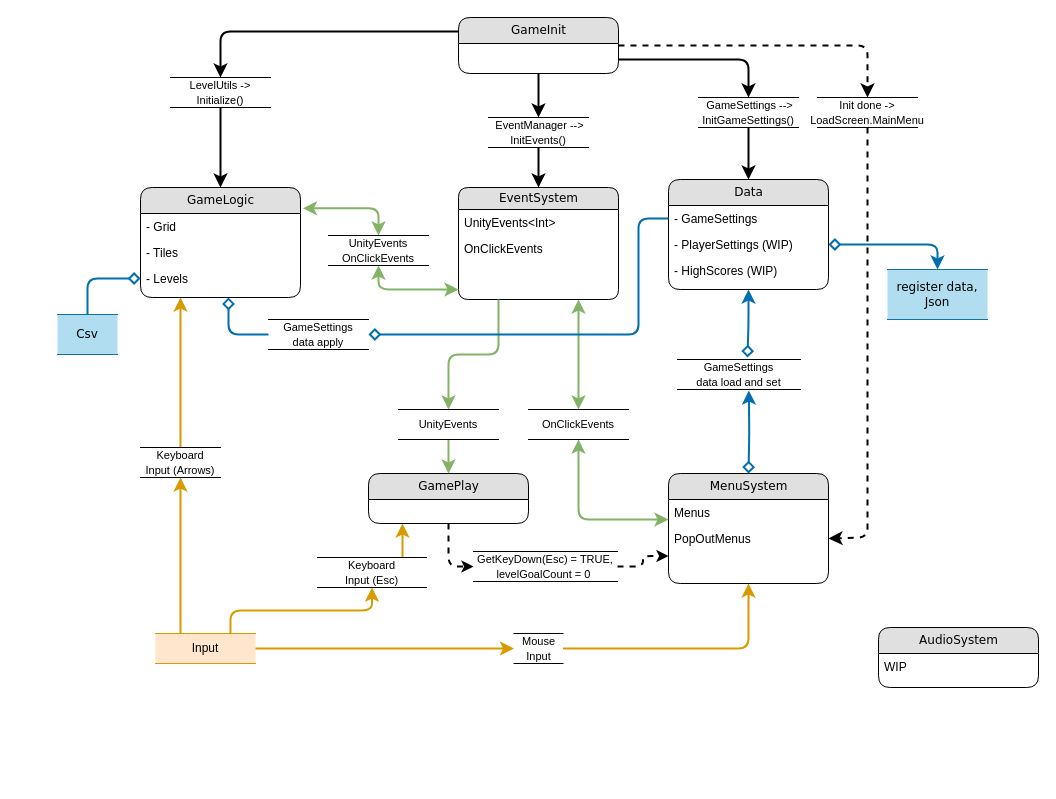
Pajkis/Veverka keeps this draw.io diagram as page "GeneralOverview" (1 of 4) of Assets/Documents/Architecture.drawio. Above is the earlier version. Source tidied: cells renumbered, new cells numbered last; positions are measured from the earlier drawing's top-left corner, leaving out a move shared by most shapes. Both pictures are drawn from the tidied source at 100%, with x=0, y=0 at pixel (57, 17).
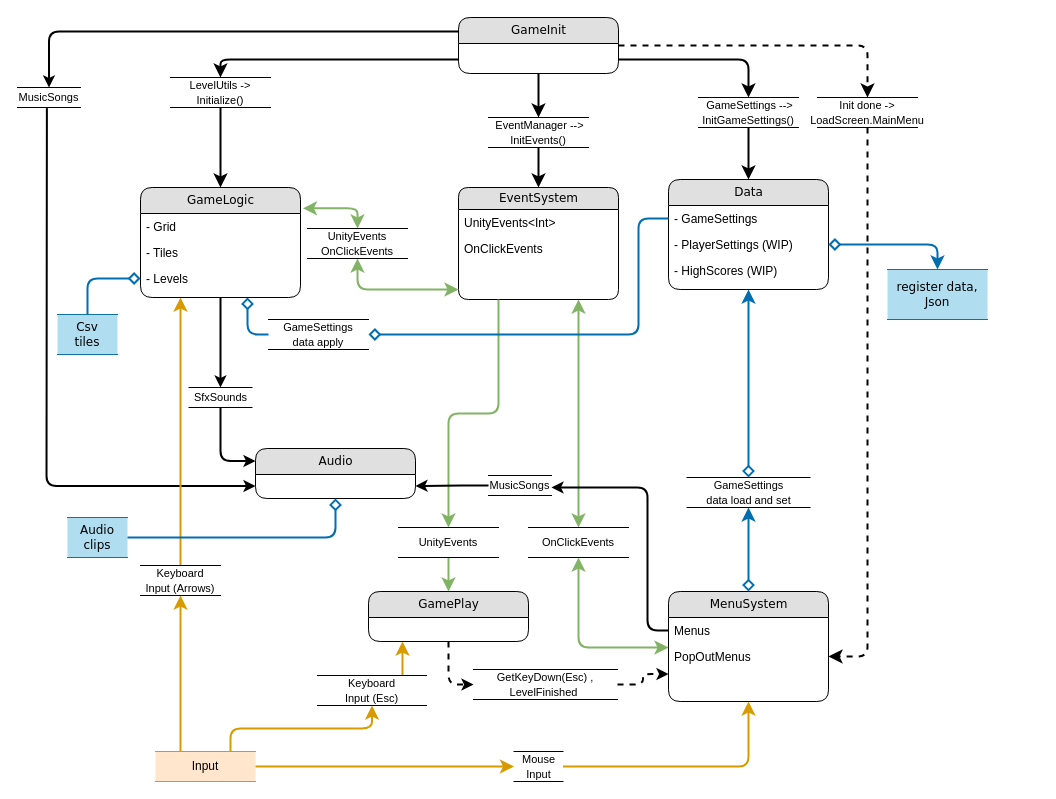
The same page after the edit.

The change refers to these unchanged cells:
```xml
<mxCell id="2" value="GameLogic" style="swimlane;html=1;fontStyle=0;horizontal=1;startSize=26;fillColor=#e0e0e0;swimlaneFillColor=#ffffff;align=center;rounded=1;shadow=0;comic=0;labelBackgroundColor=none;strokeWidth=1;fontFamily=Verdana;fontSize=12;" parent="1" vertex="1">
  <mxGeometry x="83" y="170" width="160" height="110" as="geometry" />
</mxCell>
<mxCell id="6" value="GameInit" style="swimlane;html=1;fontStyle=0;horizontal=1;startSize=26;fillColor=#e0e0e0;swimlaneFillColor=#ffffff;align=center;rounded=1;shadow=0;comic=0;labelBackgroundColor=none;strokeWidth=1;fontFamily=Verdana;fontSize=12;" parent="1" vertex="1">
  <mxGeometry x="401" width="160" height="56" as="geometry" />
</mxCell>
<mxCell id="8" value="Menus" style="text;html=1;strokeColor=none;fillColor=none;spacingLeft=4;spacingRight=4;whiteSpace=wrap;overflow=hidden;points=[[0,0.5],[1,0.5]];portConstraint=eastwest;" parent="7" vertex="1">
  <mxGeometry y="26" width="160" height="26" as="geometry" />
</mxCell>
<mxCell id="9" value="PopOutMenus" style="text;html=1;strokeColor=none;fillColor=none;spacingLeft=4;spacingRight=4;whiteSpace=wrap;overflow=hidden;points=[[0,0.5],[1,0.5]];portConstraint=eastwest;" parent="7" vertex="1">
  <mxGeometry y="52" width="160" height="26" as="geometry" />
</mxCell>
<mxCell id="13" value="EventSystem" style="swimlane;html=1;fontStyle=0;horizontal=1;startSize=22;fillColor=#e0e0e0;swimlaneFillColor=#ffffff;align=center;rounded=1;shadow=0;comic=0;labelBackgroundColor=none;strokeWidth=1;fontFamily=Verdana;fontSize=12;" parent="1" vertex="1">
  <mxGeometry x="401" y="170" width="160" height="112" as="geometry" />
</mxCell>
<mxCell id="23" value="Data" style="swimlane;html=1;fontStyle=0;horizontal=1;startSize=26;fillColor=#e0e0e0;swimlaneFillColor=#ffffff;align=center;rounded=1;shadow=0;comic=0;labelBackgroundColor=none;strokeWidth=1;fontFamily=Verdana;fontSize=12;" parent="1" vertex="1">
  <mxGeometry x="611" y="162" width="160" height="110" as="geometry" />
</mxCell>
<mxCell id="28" value="&lt;span style=&quot;font-size: 11px; text-wrap-mode: nowrap; background-color: rgb(255, 255, 255);&quot;&gt;GameSettings&lt;/span&gt;&lt;div&gt;&lt;span style=&quot;font-size: 11px; text-wrap-mode: nowrap; background-color: rgb(255, 255, 255);&quot;&gt;data apply&lt;/span&gt;&lt;/div&gt;" style="shape=partialRectangle;whiteSpace=wrap;html=1;left=0;right=0;fillColor=none;" parent="1" vertex="1">
  <mxGeometry x="211" y="302" width="100" height="30" as="geometry" />
</mxCell>
<mxCell id="56" value="&lt;span style=&quot;font-size: 11px; text-wrap-mode: nowrap; background-color: rgb(255, 255, 255);&quot;&gt;LevelUtils -&amp;gt;&lt;br&gt;Initialize()&lt;br&gt;&lt;/span&gt;" style="shape=partialRectangle;whiteSpace=wrap;html=1;left=0;right=0;fillColor=none;" parent="1" vertex="1">
  <mxGeometry x="113" y="60" width="100" height="30" as="geometry" />
</mxCell>
<mxCell id="60" value="&lt;span style=&quot;font-size: 11px; text-wrap-mode: nowrap; background-color: rgb(255, 255, 255);&quot;&gt;Init done -&amp;gt;&lt;/span&gt;&lt;br style=&quot;font-size: 11px; text-wrap-mode: nowrap;&quot;&gt;&lt;span style=&quot;font-size: 11px; text-wrap-mode: nowrap; background-color: rgb(255, 255, 255);&quot;&gt;LoadScreen.MainMenu&lt;/span&gt;" style="shape=partialRectangle;whiteSpace=wrap;html=1;left=0;right=0;fillColor=none;" parent="1" vertex="1">
  <mxGeometry x="760" y="80" width="100" height="30" as="geometry" />
</mxCell>
```

What changed in the source:
```diff
@@
+    <mxCell id="65" style="edgeStyle=orthogonalEdgeStyle;rounded=1;jettySize=auto;html=1;exitX=0.5;exitY=1;exitDx=0;exitDy=0;entryX=0;entryY=0.25;entryDx=0;entryDy=0;strokeWidth=2;curved=0;" parent="1" edge="1" source="68" target="21">
+      <mxGeometry relative="1" as="geometry" />
+    </mxCell>
@@
+    <mxCell id="66" style="edgeStyle=orthogonalEdgeStyle;rounded=1;jettySize=auto;html=1;exitX=0.466;exitY=1.056;exitDx=0;exitDy=0;entryX=0;entryY=0.75;entryDx=0;entryDy=0;strokeWidth=2;curved=0;exitPerimeter=0;" parent="1" edge="1" source="70" target="21">
+      <mxGeometry relative="1" as="geometry">
+        <Array as="points">
+          <mxPoint x="-11" y="90" />
+          <mxPoint x="-11" y="90" />
+          <mxPoint x="-11" y="468" />
+        </Array>
+      </mxGeometry>
+    </mxCell>
@@
     <mxCell id="7" value="MenuSystem" style="swimlane;html=1;fontStyle=0;horizontal=1;startSize=26;fillColor=#e0e0e0;swimlaneFillColor=#ffffff;align=center;rounded=1;shadow=0;comic=0;labelBackgroundColor=none;strokeWidth=1;fontFamily=Verdana;fontSize=12;" parent="1" vertex="1">
-      <mxGeometry x="611" y="456" width="160" height="110" as="geometry" />
+      <mxGeometry x="611" y="574" width="160" height="110" as="geometry" />
     </mxCell>
@@
     <mxCell id="11" value="GamePlay" style="swimlane;html=1;fontStyle=0;horizontal=1;startSize=26;fillColor=#e0e0e0;swimlaneFillColor=#ffffff;align=center;rounded=1;shadow=0;comic=0;labelBackgroundColor=none;strokeWidth=1;fontFamily=Verdana;fontSize=12;" parent="1" vertex="1">
-      <mxGeometry x="311" y="456" width="160" height="50" as="geometry" />
+      <mxGeometry x="311" y="574" width="160" height="50" as="geometry" />
     </mxCell>
-    <mxCell id="12" style="edgeStyle=orthogonalEdgeStyle;shape=connector;rounded=1;jettySize=auto;html=1;exitX=0.75;exitY=1;exitDx=0;exitDy=0;entryX=0.5;entryY=0;entryDx=0;entryDy=0;strokeColor=#82b366;strokeWidth=2;align=center;verticalAlign=middle;fontFamily=Verdana;fontSize=12;fontColor=default;labelBackgroundColor=none;startFill=1;startSize=8;endArrow=classic;endFill=1;endSize=8;fillColor=#d5e8d4;startArrow=classic;" parent="1" edge="1" source="13" target="35">
+    <mxCell id="12" style="edgeStyle=orthogonalEdgeStyle;shape=connector;rounded=1;jettySize=auto;html=1;entryX=0.5;entryY=0;entryDx=0;entryDy=0;strokeColor=#82b366;strokeWidth=2;align=center;verticalAlign=middle;fontFamily=Verdana;fontSize=12;fontColor=default;labelBackgroundColor=none;startFill=1;startSize=8;endArrow=classic;endFill=1;endSize=8;fillColor=#d5e8d4;startArrow=classic;exitX=0.75;exitY=1;exitDx=0;exitDy=0;" parent="1" edge="1" source="13" target="35">
       <mxGeometry relative="1" as="geometry" />
     </mxCell>
@@
     <mxCell id="16" style="edgeStyle=orthogonalEdgeStyle;html=1;labelBackgroundColor=none;startFill=0;startSize=8;endFill=1;endSize=8;fontFamily=Verdana;fontSize=12;entryX=1;entryY=0.5;entryDx=0;entryDy=0;strokeWidth=2;dashed=1;exitX=0.5;exitY=1;exitDx=0;exitDy=0;" parent="1" edge="1" source="60" target="9">
       <mxGeometry relative="1" as="geometry">
         <Array as="points">
-          <mxPoint x="810" y="520" />
-          <mxPoint x="771" y="520" />
+          <mxPoint x="810" y="639" />
         </Array>
       </mxGeometry>
     </mxCell>
@@
-    <mxCell id="21" value="AudioSystem" style="swimlane;html=1;fontStyle=0;horizontal=1;startSize=26;fillColor=#e0e0e0;swimlaneFillColor=#ffffff;align=center;rounded=1;shadow=0;comic=0;labelBackgroundColor=none;strokeWidth=1;fontFamily=Verdana;fontSize=12;" parent="1" vertex="1">
-      <mxGeometry x="821" y="610" width="160" height="60" as="geometry" />
+    <mxCell id="21" value="Audio" style="swimlane;html=1;fontStyle=0;horizontal=1;startSize=26;fillColor=#e0e0e0;swimlaneFillColor=#ffffff;align=center;rounded=1;shadow=0;comic=0;labelBackgroundColor=none;strokeWidth=1;fontFamily=Verdana;fontSize=12;" parent="1" vertex="1">
+      <mxGeometry x="198" y="431" width="160" height="50" as="geometry" />
     </mxCell>
-    <mxCell id="22" value="WIP" style="text;html=1;strokeColor=none;fillColor=none;spacingLeft=4;spacingRight=4;whiteSpace=wrap;overflow=hidden;" parent="21" vertex="1">
-      <mxGeometry y="26" width="160" height="26" as="geometry" />
-    </mxCell>
@@
     <mxCell id="29" style="edgeStyle=orthogonalEdgeStyle;html=1;labelBackgroundColor=none;startFill=0;startSize=8;endFill=0;endSize=8;fontFamily=Verdana;fontSize=12;fillColor=#1ba1e2;strokeColor=#006EAF;exitX=0;exitY=0.5;exitDx=0;exitDy=0;strokeWidth=2;endArrow=diamond;" parent="1" edge="1" source="28">
       <mxGeometry relative="1" as="geometry">
-        <mxPoint x="171" y="280" as="targetPoint" />
+        <mxPoint x="190" y="280" as="targetPoint" />
         <Array as="points">
-          <mxPoint x="171" y="317" />
+          <mxPoint x="190" y="317" />
+          <mxPoint x="190" y="280" />
         </Array>
       </mxGeometry>
     </mxCell>
@@
     <mxCell id="33" value="Input" style="shape=partialRectangle;whiteSpace=wrap;html=1;left=0;right=0;fillColor=#ffe6cc;strokeColor=#d79b00;" parent="1" vertex="1">
-      <mxGeometry x="98" y="616" width="100" height="30" as="geometry" />
+      <mxGeometry x="98" y="734" width="100" height="30" as="geometry" />
     </mxCell>
     <mxCell id="34" style="edgeStyle=orthogonalEdgeStyle;shape=connector;rounded=1;jettySize=auto;html=1;strokeColor=#82b366;strokeWidth=2;align=center;verticalAlign=middle;fontFamily=Verdana;fontSize=12;fontColor=default;labelBackgroundColor=none;startFill=1;startSize=8;endArrow=classic;endFill=1;endSize=8;fillColor=#d5e8d4;startArrow=classic;" parent="1" edge="1" source="35" target="7">
       <mxGeometry relative="1" as="geometry">
         <Array as="points">
-          <mxPoint x="521" y="502" />
+          <mxPoint x="521" y="630" />
         </Array>
       </mxGeometry>
     </mxCell>
     <mxCell id="35" value="&lt;span style=&quot;font-size: 11px; text-wrap-mode: nowrap; background-color: rgb(255, 255, 255);&quot;&gt;OnClickEvents&lt;/span&gt;" style="shape=partialRectangle;whiteSpace=wrap;html=1;left=0;right=0;fillColor=none;" parent="1" vertex="1">
-      <mxGeometry x="471" y="392" width="100" height="30" as="geometry" />
+      <mxGeometry x="471" y="510" width="100" height="30" as="geometry" />
     </mxCell>
@@
     <mxCell id="37" value="&lt;span style=&quot;font-size: 11px; text-wrap-mode: nowrap; background-color: rgb(255, 255, 255);&quot;&gt;UnityEvents&lt;/span&gt;" style="shape=partialRectangle;whiteSpace=wrap;html=1;left=0;right=0;fillColor=none;" parent="1" vertex="1">
-      <mxGeometry x="341" y="392" width="100" height="30" as="geometry" />
+      <mxGeometry x="341" y="510" width="100" height="30" as="geometry" />
     </mxCell>
     <mxCell id="38" style="edgeStyle=orthogonalEdgeStyle;shape=connector;rounded=1;jettySize=auto;html=1;exitX=0.5;exitY=1;exitDx=0;exitDy=0;strokeColor=#82b366;strokeWidth=2;align=center;verticalAlign=middle;fontFamily=Verdana;fontSize=12;fontColor=default;labelBackgroundColor=none;startFill=1;startSize=8;endArrow=classic;endFill=1;endSize=8;startArrow=classic;fillColor=#d5e8d4;" parent="1" edge="1" source="39">
       <mxGeometry relative="1" as="geometry">
         <mxPoint x="401" y="272" as="targetPoint" />
         <Array as="points">
-          <mxPoint x="321" y="272" />
+          <mxPoint x="300" y="272" />
         </Array>
       </mxGeometry>
     </mxCell>
     <mxCell id="39" value="&lt;span style=&quot;font-size: 11px; text-wrap-mode: nowrap; background-color: rgb(255, 255, 255);&quot;&gt;UnityEvents&lt;/span&gt;&lt;div&gt;&lt;span style=&quot;font-size: 11px; text-wrap-mode: nowrap; background-color: rgb(255, 255, 255);&quot;&gt;OnClickEvents&lt;/span&gt;&lt;/div&gt;" style="shape=partialRectangle;whiteSpace=wrap;html=1;left=0;right=0;fillColor=none;" parent="1" vertex="1">
-      <mxGeometry x="271" y="218" width="100" height="30" as="geometry" />
+      <mxGeometry x="250" y="211" width="100" height="30" as="geometry" />
     </mxCell>
@@
     <mxCell id="41" value="&lt;span style=&quot;font-size: 11px; text-wrap-mode: nowrap; background-color: rgb(255, 255, 255);&quot;&gt;GameSettings&lt;/span&gt;&lt;div&gt;&lt;span style=&quot;font-size: 11px; text-wrap-mode: nowrap; background-color: rgb(255, 255, 255);&quot;&gt;data load and set&lt;/span&gt;&lt;/div&gt;" style="shape=partialRectangle;whiteSpace=wrap;html=1;left=0;right=0;fillColor=none;" parent="1" vertex="1">
-      <mxGeometry x="620" y="342" width="123" height="30" as="geometry" />
+      <mxGeometry x="629.5" y="460" width="123" height="30" as="geometry" />
     </mxCell>
@@
-    <mxCell id="44" value="Csv" style="shape=partialRectangle;whiteSpace=wrap;html=1;top=0;bottom=0;fillColor=#b1ddf0;fontFamily=Verdana;fontSize=12;labelBackgroundColor=none;strokeColor=#10739e;direction=south;" parent="1" vertex="1">
+    <mxCell id="44" value="Csv&lt;div&gt;tiles&lt;/div&gt;" style="shape=partialRectangle;whiteSpace=wrap;html=1;top=0;bottom=0;fillColor=#b1ddf0;fontFamily=Verdana;fontSize=12;labelBackgroundColor=none;strokeColor=#10739e;direction=south;" parent="1" vertex="1">
       <mxGeometry y="297" width="60" height="40" as="geometry" />
     </mxCell>
@@
     <mxCell id="47" value="&lt;span style=&quot;font-size: 11px; text-wrap-mode: nowrap; background-color: rgb(255, 255, 255);&quot;&gt;Keyboard&lt;br&gt;Input (Arrows)&lt;/span&gt;" style="shape=partialRectangle;whiteSpace=wrap;html=1;left=0;right=0;fillColor=none;" parent="1" vertex="1">
-      <mxGeometry x="83" y="430" width="80" height="30" as="geometry" />
+      <mxGeometry x="83" y="548" width="80" height="30" as="geometry" />
     </mxCell>
     <mxCell id="48" style="edgeStyle=orthogonalEdgeStyle;shape=connector;rounded=1;jettySize=auto;html=1;strokeColor=#d79b00;strokeWidth=2;align=center;verticalAlign=middle;fontFamily=Verdana;fontSize=12;fontColor=default;labelBackgroundColor=none;startFill=0;startSize=8;endArrow=classic;endFill=1;endSize=8;fillColor=#ffe6cc;" parent="1" edge="1" source="49" target="11">
       <mxGeometry relative="1" as="geometry">
         <Array as="points">
-          <mxPoint x="345" y="520" />
-          <mxPoint x="345" y="520" />
+          <mxPoint x="345" y="638" />
+          <mxPoint x="345" y="638" />
         </Array>
       </mxGeometry>
     </mxCell>
     <mxCell id="49" value="&lt;span style=&quot;font-size: 11px; text-wrap-mode: nowrap; background-color: rgb(255, 255, 255);&quot;&gt;Keyboard&lt;br&gt;Input (Esc)&lt;/span&gt;" style="shape=partialRectangle;whiteSpace=wrap;html=1;left=0;right=0;fillColor=none;" parent="1" vertex="1">
-      <mxGeometry x="260" y="540" width="109" height="30" as="geometry" />
+      <mxGeometry x="260" y="658" width="109" height="30" as="geometry" />
     </mxCell>
@@
     <mxCell id="52" value="&lt;span style=&quot;font-size: 11px; text-wrap-mode: nowrap; background-color: rgb(255, 255, 255);&quot;&gt;Mouse&lt;br&gt;Input&lt;/span&gt;" style="shape=partialRectangle;whiteSpace=wrap;html=1;left=0;right=0;fillColor=none;" parent="1" vertex="1">
-      <mxGeometry x="456.5" y="616" width="49" height="30" as="geometry" />
+      <mxGeometry x="456.5" y="734" width="49" height="30" as="geometry" />
     </mxCell>
@@
-    <mxCell id="55" style="edgeStyle=orthogonalEdgeStyle;html=1;exitX=0;exitY=0.25;entryX=0.5;entryY=0;labelBackgroundColor=none;startFill=0;startSize=8;endFill=1;endSize=8;fontFamily=Verdana;fontSize=12;exitDx=0;exitDy=0;entryDx=0;entryDy=0;fillColor=#e1d5e7;strokeColor=#000000;strokeWidth=2;" parent="1" edge="1" source="6" target="56">
+    <mxCell id="55" style="edgeStyle=orthogonalEdgeStyle;html=1;exitX=0;exitY=0.75;entryX=0.5;entryY=0;labelBackgroundColor=none;startFill=0;startSize=8;endFill=1;endSize=8;fontFamily=Verdana;fontSize=12;exitDx=0;exitDy=0;entryDx=0;entryDy=0;fillColor=#e1d5e7;strokeColor=#000000;strokeWidth=2;" parent="1" edge="1" source="6" target="56">
       <mxGeometry relative="1" as="geometry" />
     </mxCell>
@@
-    <mxCell id="62" value="&lt;span style=&quot;font-size: 11px; text-wrap-mode: nowrap; background-color: rgb(255, 255, 255);&quot;&gt;GetKeyDown(Esc) = TRUE,&lt;/span&gt;&lt;br style=&quot;font-size: 11px; text-wrap-mode: nowrap;&quot;&gt;&lt;span style=&quot;font-size: 11px; text-wrap-mode: nowrap; background-color: rgb(255, 255, 255);&quot;&gt;levelGoalCount = 0&amp;nbsp;&lt;/span&gt;" style="shape=partialRectangle;whiteSpace=wrap;html=1;left=0;right=0;fillColor=none;" parent="1" vertex="1">
-      <mxGeometry x="416" y="534" width="144" height="30" as="geometry" />
+    <mxCell id="62" value="&lt;span style=&quot;font-size: 11px; text-wrap-mode: nowrap; background-color: rgb(255, 255, 255);&quot;&gt;GetKeyDown(Esc) ,&lt;/span&gt;&lt;br style=&quot;font-size: 11px; text-wrap-mode: nowrap;&quot;&gt;&lt;span style=&quot;font-size: 11px; text-wrap-mode: nowrap; background-color: rgb(255, 255, 255);&quot;&gt;LevelFinished&amp;nbsp;&lt;/span&gt;" style="shape=partialRectangle;whiteSpace=wrap;html=1;left=0;right=0;fillColor=none;" parent="1" vertex="1">
+      <mxGeometry x="416" y="652" width="144" height="30" as="geometry" />
     </mxCell>
-    <mxCell id="63" style="edgeStyle=orthogonalEdgeStyle;shape=connector;rounded=1;jettySize=auto;html=1;strokeColor=#006EAF;strokeWidth=2;align=center;verticalAlign=middle;fontFamily=Verdana;fontSize=12;fontColor=default;labelBackgroundColor=none;startFill=1;startSize=8;endArrow=diamond;endFill=0;endSize=8;exitX=0.5;exitY=1;exitDx=0;exitDy=0;startArrow=classic;fillColor=#1ba1e2;" parent="1" edge="1" source="23">
-      <mxGeometry relative="1" as="geometry">
-        <mxPoint x="690" y="340" as="targetPoint" />
-      </mxGeometry>
+    <mxCell id="63" style="edgeStyle=orthogonalEdgeStyle;shape=connector;rounded=1;jettySize=auto;html=1;strokeColor=#006EAF;strokeWidth=2;align=center;verticalAlign=middle;fontFamily=Verdana;fontSize=12;fontColor=default;labelBackgroundColor=none;startFill=1;startSize=8;endArrow=diamond;endFill=0;endSize=8;exitX=0.5;exitY=1;exitDx=0;exitDy=0;startArrow=classic;fillColor=#1ba1e2;entryX=0.5;entryY=0;entryDx=0;entryDy=0;" parent="1" edge="1" source="23" target="41">
+      <mxGeometry relative="1" as="geometry" />
     </mxCell>
-    <mxCell id="64" style="edgeStyle=orthogonalEdgeStyle;shape=connector;rounded=1;jettySize=auto;html=1;strokeColor=#006EAF;strokeWidth=2;align=center;verticalAlign=middle;fontFamily=Verdana;fontSize=12;fontColor=default;labelBackgroundColor=none;startFill=1;startSize=8;endArrow=diamond;endFill=0;endSize=8;exitX=0.5;exitY=1;exitDx=0;exitDy=0;startArrow=classic;fillColor=#1ba1e2;entryX=0.5;entryY=0;entryDx=0;entryDy=0;" parent="1" edge="1" target="7">
-      <mxGeometry relative="1" as="geometry">
-        <mxPoint x="691.3" y="373" as="sourcePoint" />
-      </mxGeometry>
+    <mxCell id="64" style="edgeStyle=orthogonalEdgeStyle;shape=connector;rounded=1;jettySize=auto;html=1;strokeColor=#006EAF;strokeWidth=2;align=center;verticalAlign=middle;fontFamily=Verdana;fontSize=12;fontColor=default;labelBackgroundColor=none;startFill=1;startSize=8;endArrow=diamond;endFill=0;endSize=8;exitX=0.5;exitY=1;exitDx=0;exitDy=0;startArrow=classic;fillColor=#1ba1e2;entryX=0.5;entryY=0;entryDx=0;entryDy=0;" parent="1" edge="1" source="41" target="7">
+      <mxGeometry relative="1" as="geometry" />
     </mxCell>
+    <mxCell id="67" style="edgeStyle=orthogonalEdgeStyle;rounded=1;jettySize=auto;html=1;exitX=0.5;exitY=1;exitDx=0;exitDy=0;entryX=0.5;entryY=0;entryDx=0;entryDy=0;strokeWidth=2;curved=0;" parent="1" edge="1" source="2" target="68">
+      <mxGeometry relative="1" as="geometry" />
+    </mxCell>
+    <mxCell id="68" value="&lt;span style=&quot;font-size: 11px; text-wrap-mode: nowrap; background-color: rgb(255, 255, 255);&quot;&gt;SfxSounds&lt;/span&gt;" style="shape=partialRectangle;whiteSpace=wrap;html=1;left=0;right=0;fillColor=none;" parent="1" vertex="1">
+      <mxGeometry x="131.5" y="370" width="63" height="20" as="geometry" />
+    </mxCell>
+    <mxCell id="69" style="edgeStyle=orthogonalEdgeStyle;rounded=1;jettySize=auto;html=1;exitX=0;exitY=0.25;exitDx=0;exitDy=0;entryX=0.5;entryY=0;entryDx=0;entryDy=0;strokeWidth=2;curved=0;" parent="1" edge="1" source="6" target="70">
+      <mxGeometry relative="1" as="geometry" />
+    </mxCell>
+    <mxCell id="70" value="&lt;span style=&quot;font-size: 11px; text-wrap-mode: nowrap; background-color: rgb(255, 255, 255);&quot;&gt;MusicSongs&lt;/span&gt;" style="shape=partialRectangle;whiteSpace=wrap;html=1;left=0;right=0;fillColor=none;" parent="1" vertex="1">
+      <mxGeometry x="-40" y="70" width="63" height="20" as="geometry" />
+    </mxCell>
+    <mxCell id="71" style="edgeStyle=orthogonalEdgeStyle;rounded=1;jettySize=auto;html=1;exitX=0;exitY=0.5;exitDx=0;exitDy=0;entryX=1;entryY=0.75;entryDx=0;entryDy=0;strokeWidth=2;curved=0;" parent="1" edge="1" source="72" target="21">
+      <mxGeometry relative="1" as="geometry" />
+    </mxCell>
+    <mxCell id="72" value="&lt;span style=&quot;font-size: 11px; text-wrap-mode: nowrap; background-color: rgb(255, 255, 255);&quot;&gt;MusicSongs&lt;/span&gt;" style="shape=partialRectangle;whiteSpace=wrap;html=1;left=0;right=0;fillColor=none;" parent="1" vertex="1">
+      <mxGeometry x="431" y="458" width="63" height="20" as="geometry" />
+    </mxCell>
+    <mxCell id="73" style="edgeStyle=orthogonalEdgeStyle;rounded=1;jettySize=auto;html=1;exitX=0;exitY=0.5;exitDx=0;exitDy=0;strokeWidth=2;curved=0;" parent="1" edge="1" source="8" target="72">
+      <mxGeometry relative="1" as="geometry">
+        <Array as="points">
+          <mxPoint x="590" y="613" />
+          <mxPoint x="590" y="470" />
+        </Array>
+      </mxGeometry>
+    </mxCell>
+    <mxCell id="74" value="Audio clips" style="shape=partialRectangle;whiteSpace=wrap;html=1;top=0;bottom=0;fillColor=#b1ddf0;fontFamily=Verdana;fontSize=12;labelBackgroundColor=none;strokeColor=#10739e;direction=south;" parent="1" vertex="1">
+      <mxGeometry x="10" y="500" width="60" height="40" as="geometry" />
+    </mxCell>
+    <mxCell id="75" style="edgeStyle=orthogonalEdgeStyle;shape=connector;rounded=1;jettySize=auto;html=1;strokeColor=#006EAF;strokeWidth=2;align=center;verticalAlign=middle;fontFamily=Verdana;fontSize=12;fontColor=default;labelBackgroundColor=none;startFill=0;startSize=8;endArrow=none;endFill=1;endSize=8;entryX=0.5;entryY=0;entryDx=0;entryDy=0;startArrow=diamond;fillColor=#1ba1e2;exitX=0.5;exitY=1;exitDx=0;exitDy=0;" parent="1" edge="1" source="21" target="74">
+      <mxGeometry relative="1" as="geometry" />
+    </mxCell>
```
